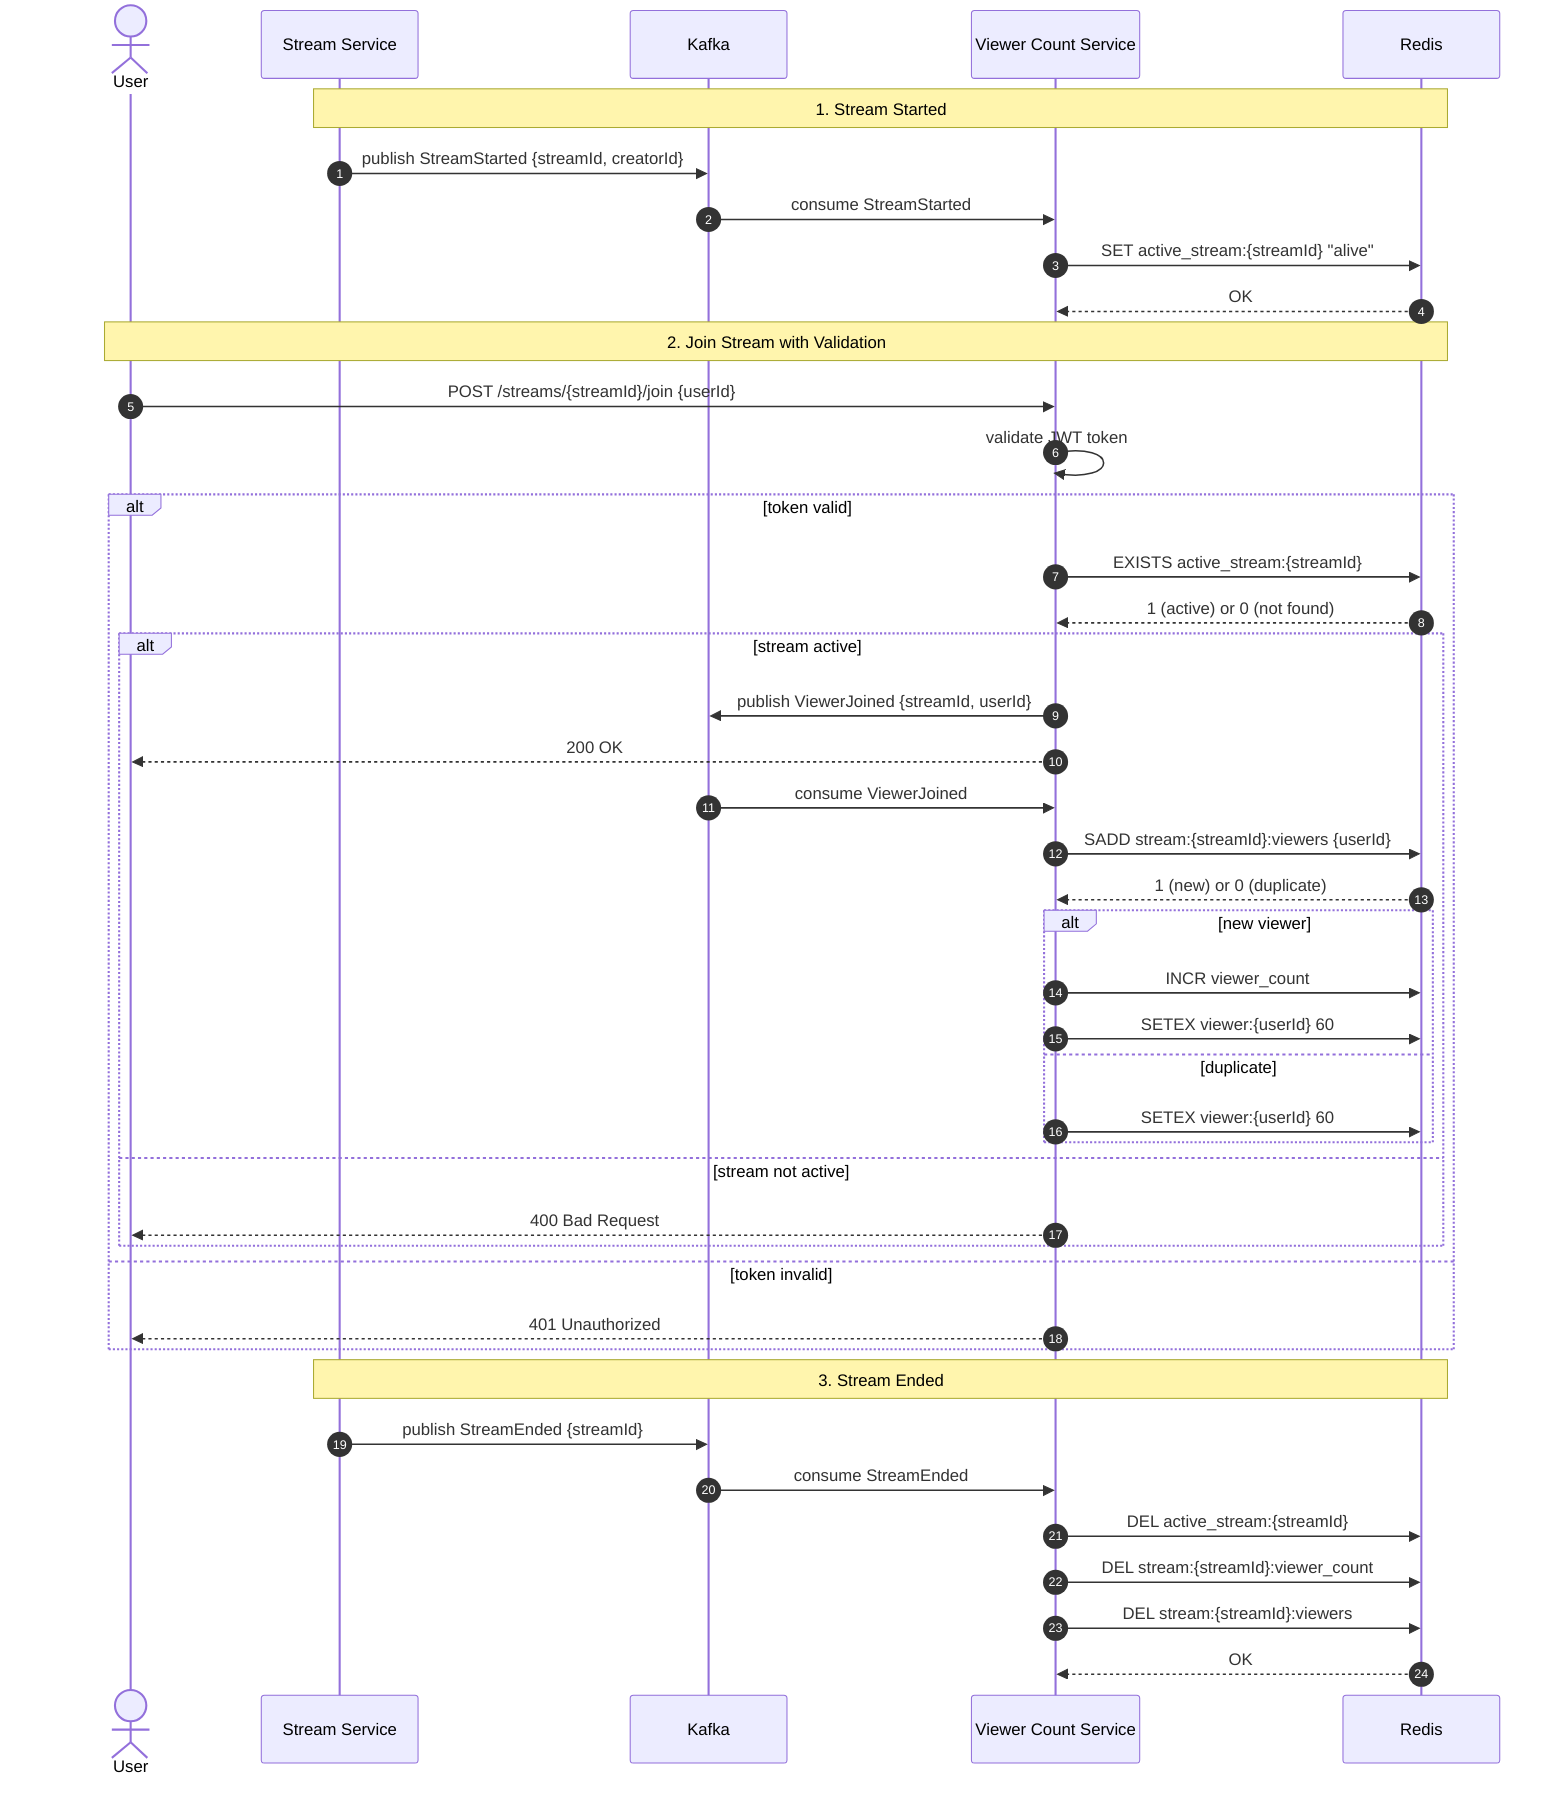
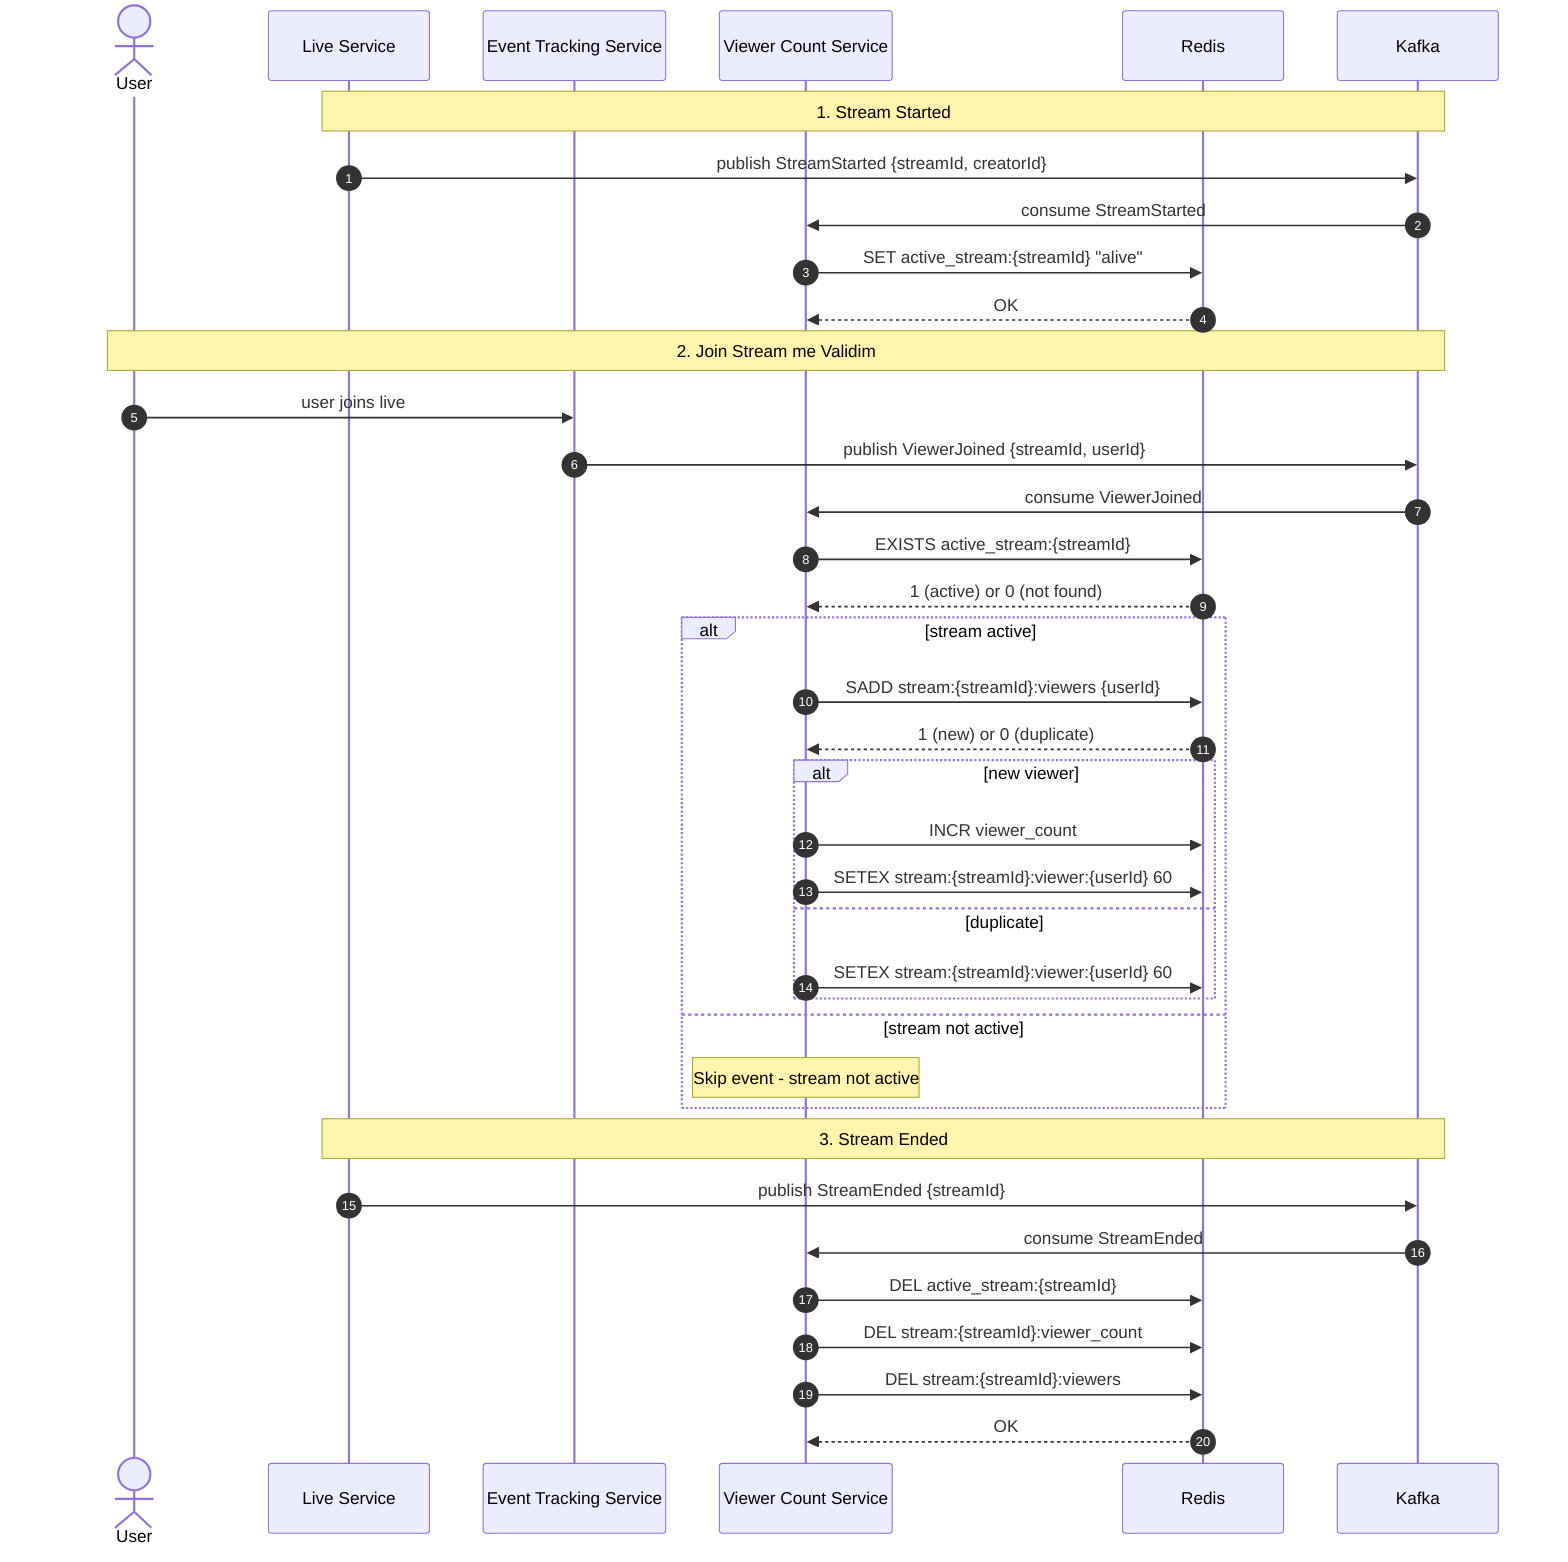
sequenceDiagram
    autonumber
    actor U as User
-     participant SS as Stream Service
-     participant K as Kafka
+     participant LS as Live Service
+     participant ETS as Event Tracking Service
    participant V as Viewer Count Service
    participant R as Redis
+     participant K as Kafka

- 
-     Note over SS,R: 1. Stream Started
- 
-     SS->>K: publish StreamStarted {streamId, creatorId}
+     Note over LS,K: 1. Stream Started
+     LS->>K: publish StreamStarted {streamId, creatorId}
    K->>V: consume StreamStarted
    V->>R: SET active_stream:{streamId} "alive"
    R-->>V: OK

-     Note over U,R: 2. Join Stream with Validation
- 
-     U->>V: POST /streams/{streamId}/join {userId}
-     V->>V: validate JWT token
-     alt token valid
-         V->>R: EXISTS active_stream:{streamId}
-         R-->>V: 1 (active) or 0 (not found)
-         alt stream active
-             V->>K: publish ViewerJoined {streamId, userId}
-             V-->>U: 200 OK
-             K->>V: consume ViewerJoined
-             V->>R: SADD stream:{streamId}:viewers {userId}
-             R-->>V: 1 (new) or 0 (duplicate)
-             alt new viewer
-                 V->>R: INCR viewer_count
-                 V->>R: SETEX viewer:{userId} 60
-             else duplicate
-                 V->>R: SETEX viewer:{userId} 60
-             end
-         else stream not active
-             V-->>U: 400 Bad Request
+     Note over U,K: 2. Join Stream me Validim
+     U->>ETS: user joins live
+     ETS->>K: publish ViewerJoined {streamId, userId}
+     K->>V: consume ViewerJoined
+     V->>R: EXISTS active_stream:{streamId}
+     R-->>V: 1 (active) or 0 (not found)
+     alt stream active
+         V->>R: SADD stream:{streamId}:viewers {userId}
+         R-->>V: 1 (new) or 0 (duplicate)
+         alt new viewer
+             V->>R: INCR viewer_count
+             V->>R: SETEX stream:{streamId}:viewer:{userId} 60
+         else duplicate
+             V->>R: SETEX stream:{streamId}:viewer:{userId} 60
        end
-     else token invalid
-         V-->>U: 401 Unauthorized
+     else stream not active
+         Note over V: Skip event - stream not active
    end

-     Note over SS,R: 3. Stream Ended
- 
-     SS->>K: publish StreamEnded {streamId}
+     Note over LS,K: 3. Stream Ended
+     LS->>K: publish StreamEnded {streamId}
    K->>V: consume StreamEnded
    V->>R: DEL active_stream:{streamId}
    V->>R: DEL stream:{streamId}:viewer_count
    V->>R: DEL stream:{streamId}:viewers
    R-->>V: OK